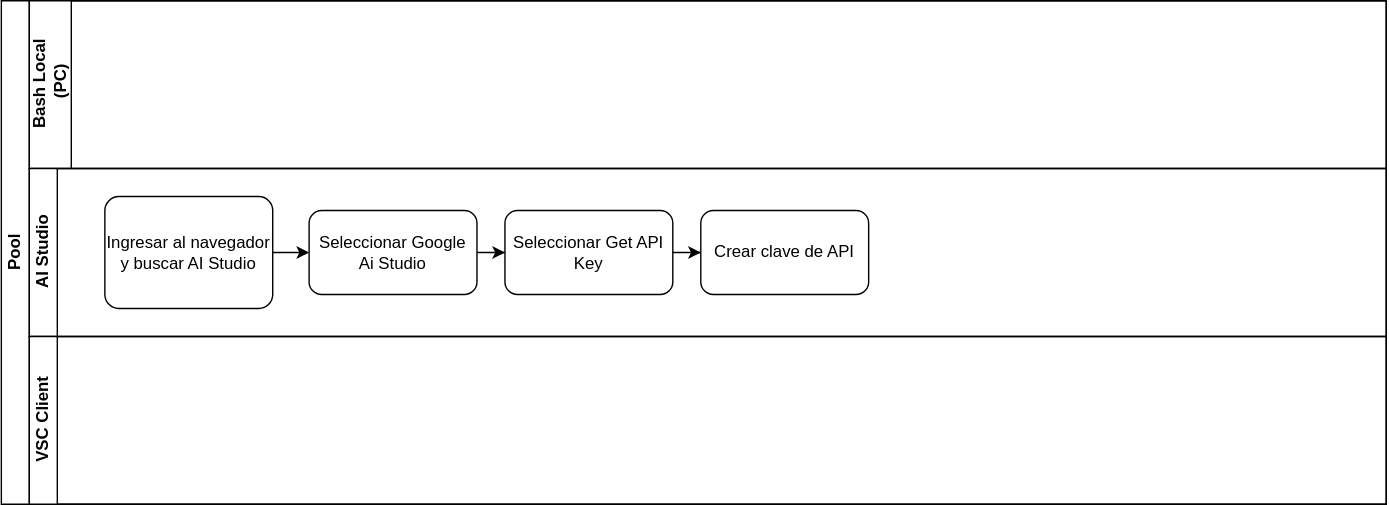
Above: systems_analysis/eva2/crear-env-vars-gitbash-windows.drawio.svg in cdvelop/aiep (draw.io), before the change. Source tidied: cells renumbered, new cells last; positions are measured from the earlier drawing's top-left corner, leaving out a move shared by most shapes.
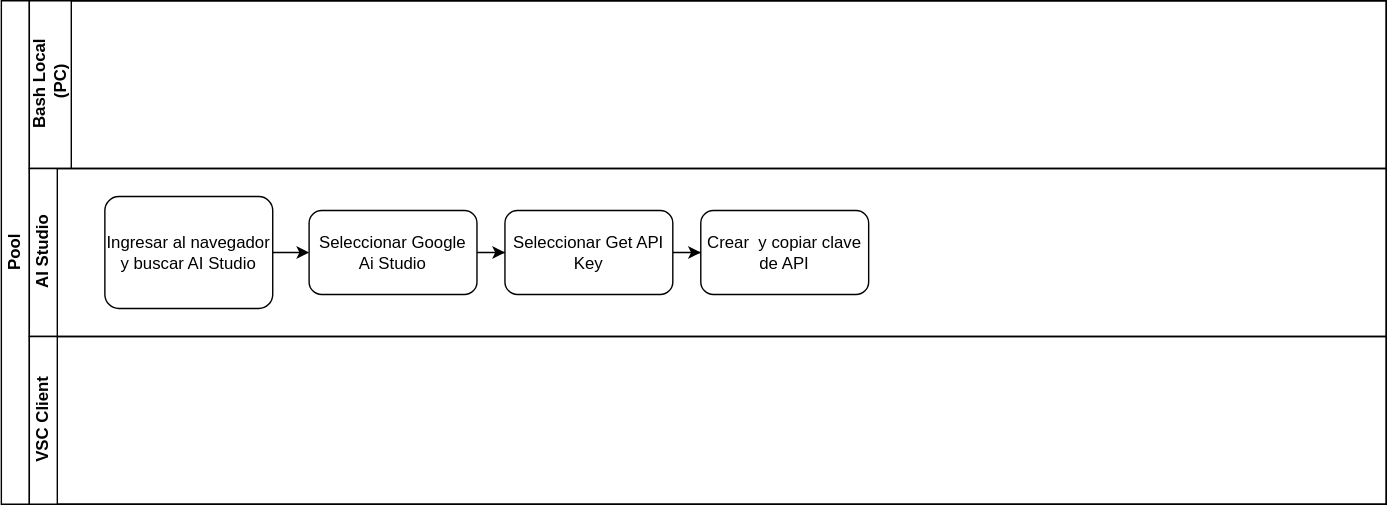
Above is the later version.

Diff of the diagram source:
```diff
@@ -29,7 +29,7 @@
     <mxCell id="10" value="Seleccionar Get API Key" style="rounded=1;whiteSpace=wrap;html=1;" parent="4" vertex="1">
       <mxGeometry x="340" y="30" width="120" height="60" as="geometry" />
     </mxCell>
-    <mxCell id="11" value="Crear clave de API" style="rounded=1;whiteSpace=wrap;html=1;" parent="4" vertex="1">
+    <mxCell id="11" value="Crear&amp;nbsp; y copiar clave de API" style="rounded=1;whiteSpace=wrap;html=1;" parent="4" vertex="1">
       <mxGeometry x="480" y="30" width="120" height="60" as="geometry" />
     </mxCell>
     <mxCell id="12" value="VSC Client" style="swimlane;html=1;startSize=20;horizontal=0;" parent="2" vertex="1">
```
